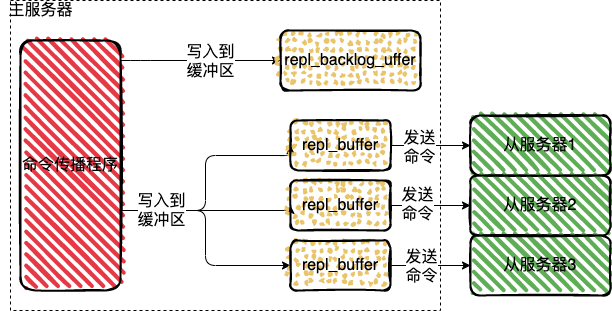
The draw.io diagram img/redis/redis-repl_backlog_buffer.png in boilingfrog/Go-POINT, before a commit. Source tidied: cells renumbered, new cells last; positions are measured from the earlier drawing's top-left corner, leaving out a move shared by most shapes. Source of this version:
```xml
<mxGraphModel>
  <root>
    <mxCell id="0" />
    <mxCell id="1" parent="0" />
    <mxCell id="2" style="verticalLabelPosition=bottom;verticalAlign=top;html=1;shape=mxgraph.basic.rect;fillColor2=none;strokeWidth=1;size=20;indent=5;fillColor=none;dashed=1;" parent="1" vertex="1">
      <mxGeometry x="10" width="430" height="310" as="geometry" />
    </mxCell>
    <mxCell id="3" style="edgeStyle=orthogonalEdgeStyle;html=1;fontSize=16;startArrow=none;startFill=0;endArrow=classic;endFill=1;strokeWidth=1;" parent="1" edge="1" source="9" target="13">
      <mxGeometry relative="1" as="geometry">
        <Array as="points">
          <mxPoint x="140" y="60" />
          <mxPoint x="140" y="60" />
        </Array>
      </mxGeometry>
    </mxCell>
    <mxCell id="4" value="写入到&lt;br&gt;缓冲区" style="edgeLabel;html=1;align=center;verticalAlign=middle;fontSize=16;" parent="3" vertex="1">
      <mxGeometry x="0.08" y="-2" relative="1" as="geometry">
        <mxPoint x="3" y="-2" as="offset" />
      </mxGeometry>
    </mxCell>
    <mxCell id="5" style="edgeStyle=orthogonalEdgeStyle;html=1;entryX=0;entryY=0.5;entryDx=0;entryDy=0;fontSize=16;startArrow=none;startFill=0;endArrow=classic;endFill=1;strokeWidth=1;" parent="1" edge="1" source="9" target="20">
      <mxGeometry relative="1" as="geometry">
        <Array as="points">
          <mxPoint x="290" y="210" />
        </Array>
      </mxGeometry>
    </mxCell>
    <mxCell id="6" style="edgeStyle=orthogonalEdgeStyle;html=1;entryX=0;entryY=0.5;entryDx=0;entryDy=0;fontSize=16;startArrow=none;startFill=0;endArrow=classic;endFill=1;strokeWidth=1;" parent="1" edge="1" source="9" target="16">
      <mxGeometry relative="1" as="geometry">
        <Array as="points">
          <mxPoint x="205" y="210" />
          <mxPoint x="205" y="155" />
        </Array>
      </mxGeometry>
    </mxCell>
    <mxCell id="7" style="edgeStyle=orthogonalEdgeStyle;html=1;fontSize=16;startArrow=none;startFill=0;endArrow=classic;endFill=1;strokeWidth=1;" parent="1" edge="1" source="9" target="23">
      <mxGeometry relative="1" as="geometry">
        <Array as="points">
          <mxPoint x="205" y="210" />
          <mxPoint x="205" y="265" />
        </Array>
      </mxGeometry>
    </mxCell>
    <mxCell id="8" value="写入到&lt;br&gt;缓冲区" style="edgeLabel;html=1;align=center;verticalAlign=middle;fontSize=16;" parent="7" vertex="1">
      <mxGeometry x="-0.64" y="1" relative="1" as="geometry" />
    </mxCell>
    <mxCell id="9" value="命令传播程序" style="rounded=1;whiteSpace=wrap;html=1;strokeWidth=2;fillWeight=4;hachureGap=8;hachureAngle=45;fillColor=#E63946;sketch=1;fontSize=16;" parent="1" vertex="1">
      <mxGeometry x="20" y="40" width="100" height="250" as="geometry" />
    </mxCell>
    <mxCell id="10" value="从服务器1" style="rounded=1;whiteSpace=wrap;html=1;strokeWidth=2;fillWeight=4;hachureGap=8;hachureAngle=45;fillColor=#5FAD56;sketch=1;fontSize=16;" parent="1" vertex="1">
      <mxGeometry x="470" y="115" width="140" height="60" as="geometry" />
    </mxCell>
    <mxCell id="11" value="从服务器2" style="rounded=1;whiteSpace=wrap;html=1;strokeWidth=2;fillWeight=4;hachureGap=8;hachureAngle=45;fillColor=#5FAD56;sketch=1;fontSize=16;" parent="1" vertex="1">
      <mxGeometry x="470" y="175" width="140" height="60" as="geometry" />
    </mxCell>
    <mxCell id="12" value="从服务器3" style="rounded=1;whiteSpace=wrap;html=1;strokeWidth=2;fillWeight=4;hachureGap=8;hachureAngle=45;fillColor=#5FAD56;sketch=1;fontSize=16;" parent="1" vertex="1">
      <mxGeometry x="470" y="235" width="140" height="60" as="geometry" />
    </mxCell>
    <mxCell id="13" value="&lt;span style=&quot;font-size: 16px&quot;&gt;repl_backlog_uffer&lt;/span&gt;" style="rounded=1;whiteSpace=wrap;html=1;strokeWidth=2;fillWeight=2;hachureGap=8;hachureAngle=45;fillColor=#E9C46A;sketch=1;fontSize=12;fillStyle=dots;" parent="1" vertex="1">
      <mxGeometry x="280" y="30" width="140" height="60" as="geometry" />
    </mxCell>
    <mxCell id="14" style="edgeStyle=orthogonalEdgeStyle;html=1;entryX=0;entryY=0.5;entryDx=0;entryDy=0;fontSize=16;startArrow=none;startFill=0;endArrow=classic;endFill=1;strokeWidth=1;" parent="1" edge="1" source="16" target="10">
      <mxGeometry relative="1" as="geometry" />
    </mxCell>
    <mxCell id="15" value="发送&lt;br&gt;命令" style="edgeLabel;html=1;align=center;verticalAlign=middle;fontSize=16;" parent="14" vertex="1">
      <mxGeometry x="-0.3" y="-1" relative="1" as="geometry" />
    </mxCell>
    <mxCell id="16" value="&lt;font style=&quot;font-size: 16px&quot;&gt;repl_buffer&lt;/font&gt;" style="rounded=1;whiteSpace=wrap;html=1;strokeWidth=2;fillWeight=2;hachureGap=8;hachureAngle=45;fillColor=#E9C46A;sketch=1;fontSize=12;fillStyle=dots;" parent="1" vertex="1">
      <mxGeometry x="290" y="120" width="100" height="50" as="geometry" />
    </mxCell>
    <mxCell id="17" style="edgeStyle=orthogonalEdgeStyle;html=1;entryX=0;entryY=0.5;entryDx=0;entryDy=0;fontSize=16;startArrow=none;startFill=0;endArrow=classic;endFill=1;strokeWidth=1;" parent="1" edge="1" source="20" target="11">
      <mxGeometry relative="1" as="geometry" />
    </mxCell>
    <mxCell id="18" value="&lt;span style=&quot;color: rgba(0 , 0 , 0 , 0) ; font-family: monospace ; font-size: 0px&quot;&gt;%3CmxGraphModel%3E%3Croot%3E%3CmxCell%20id%3D%220%22%2F%3E%3CmxCell%20id%3D%221%22%20parent%3D%220%22%2F%3E%3CmxCell%20id%3D%222%22%20value%3D%22%E5%8F%91%E9%80%81%26lt%3Bbr%26gt%3B%E5%91%BD%E4%BB%A4%22%20style%3D%22edgeLabel%3Bhtml%3D1%3Balign%3Dcenter%3BverticalAlign%3Dmiddle%3Bresizable%3D0%3Bpoints%3D%5B%5D%3BfontSize%3D16%3B%22%20vertex%3D%221%22%20connectable%3D%220%22%20parent%3D%221%22%3E%3CmxGeometry%20x%3D%22528%22%20y%3D%22256%22%20as%3D%22geometry%22%2F%3E%3C%2FmxCell%3E%3C%2Froot%3E%3C%2FmxGraphModel%3E&lt;/span&gt;" style="edgeLabel;html=1;align=center;verticalAlign=middle;fontSize=16;" parent="17" vertex="1">
      <mxGeometry x="-0.2" y="-2" relative="1" as="geometry" />
    </mxCell>
    <mxCell id="19" value="发送&lt;br&gt;命令" style="edgeLabel;html=1;align=center;verticalAlign=middle;fontSize=16;" parent="17" vertex="1">
      <mxGeometry x="-0.35" y="2" relative="1" as="geometry" />
    </mxCell>
    <mxCell id="20" value="&lt;font style=&quot;font-size: 16px&quot;&gt;repl_buffer&lt;/font&gt;" style="rounded=1;whiteSpace=wrap;html=1;strokeWidth=2;fillWeight=2;hachureGap=8;hachureAngle=45;fillColor=#E9C46A;sketch=1;fontSize=12;fillStyle=dots;" parent="1" vertex="1">
      <mxGeometry x="290" y="180" width="100" height="50" as="geometry" />
    </mxCell>
    <mxCell id="21" style="edgeStyle=orthogonalEdgeStyle;html=1;entryX=0;entryY=0.5;entryDx=0;entryDy=0;fontSize=16;startArrow=none;startFill=0;endArrow=classic;endFill=1;strokeWidth=1;" parent="1" edge="1" source="23" target="12">
      <mxGeometry relative="1" as="geometry" />
    </mxCell>
    <mxCell id="22" value="发送&lt;br&gt;命令" style="edgeLabel;html=1;align=center;verticalAlign=middle;fontSize=16;" parent="21" vertex="1">
      <mxGeometry x="-0.5" y="-2" relative="1" as="geometry">
        <mxPoint x="10" y="-2" as="offset" />
      </mxGeometry>
    </mxCell>
    <mxCell id="23" value="&lt;font style=&quot;font-size: 16px&quot;&gt;repl_buffer&lt;/font&gt;" style="rounded=1;whiteSpace=wrap;html=1;strokeWidth=2;fillWeight=2;hachureGap=8;hachureAngle=45;fillColor=#E9C46A;sketch=1;fontSize=12;fillStyle=dots;" parent="1" vertex="1">
      <mxGeometry x="290" y="240" width="100" height="50" as="geometry" />
    </mxCell>
    <mxCell id="24" value="主服务器" style="text;html=1;align=center;verticalAlign=middle;strokeColor=none;fillColor=none;fontSize=16;" parent="1" vertex="1">
      <mxGeometry width="80" height="20" as="geometry" />
    </mxCell>
  </root>
</mxGraphModel>
```
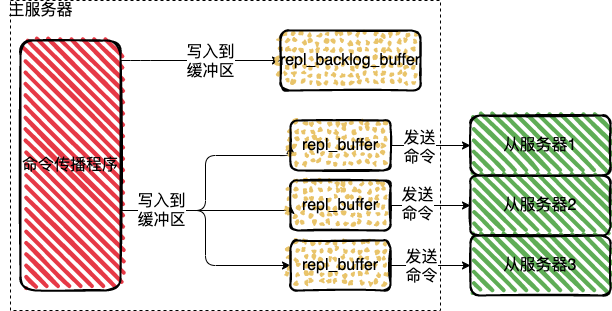
Above is the later version.

Commit message:
feat:redis 中的集群构建

Diff of the diagram source:
```diff
@@ -56,7 +56,7 @@
     <mxCell id="12" value="从服务器3" style="rounded=1;whiteSpace=wrap;html=1;strokeWidth=2;fillWeight=4;hachureGap=8;hachureAngle=45;fillColor=#5FAD56;sketch=1;fontSize=16;" parent="1" vertex="1">
       <mxGeometry x="470" y="235" width="140" height="60" as="geometry" />
     </mxCell>
-    <mxCell id="13" value="&lt;span style=&quot;font-size: 16px&quot;&gt;repl_backlog_uffer&lt;/span&gt;" style="rounded=1;whiteSpace=wrap;html=1;strokeWidth=2;fillWeight=2;hachureGap=8;hachureAngle=45;fillColor=#E9C46A;sketch=1;fontSize=12;fillStyle=dots;" parent="1" vertex="1">
+    <mxCell id="13" value="&lt;span style=&quot;font-size: 16px&quot;&gt;repl_backlog_buffer&lt;/span&gt;" style="rounded=1;whiteSpace=wrap;html=1;strokeWidth=2;fillWeight=2;hachureGap=8;hachureAngle=45;fillColor=#E9C46A;sketch=1;fontSize=12;fillStyle=dots;" parent="1" vertex="1">
       <mxGeometry x="280" y="30" width="140" height="60" as="geometry" />
     </mxCell>
     <mxCell id="14" style="edgeStyle=orthogonalEdgeStyle;html=1;entryX=0;entryY=0.5;entryDx=0;entryDy=0;fontSize=16;startArrow=none;startFill=0;endArrow=classic;endFill=1;strokeWidth=1;" parent="1" edge="1" source="16" target="10">
```
